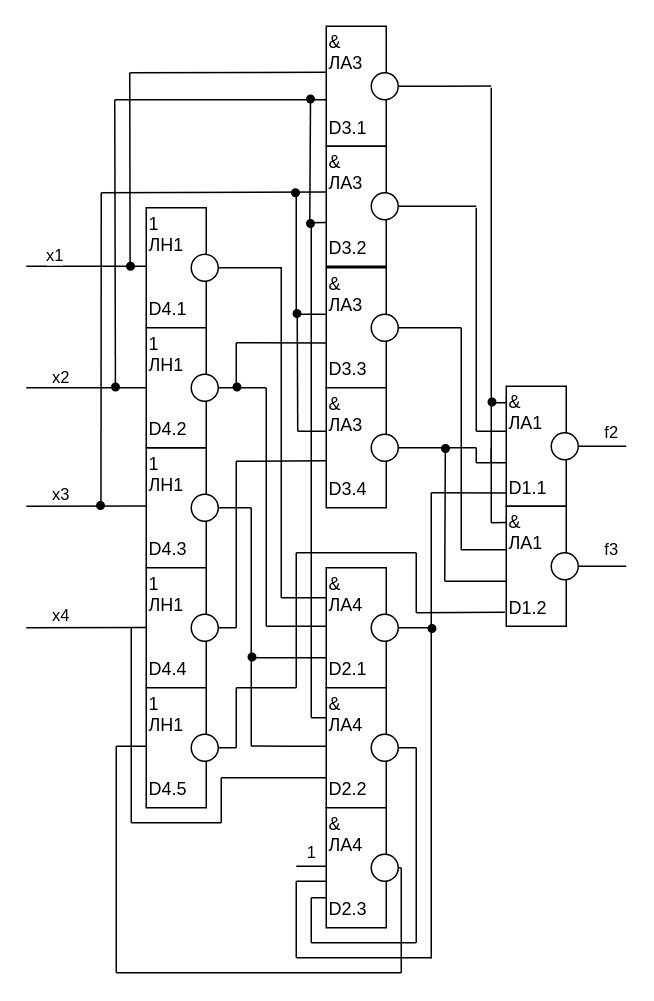
grind-t/learn keeps this draw.io diagram as university/circuit-design/lab1/scheme2/scheme.drawio. Above is the earlier version. Source tidied: cells renumbered, new cells numbered last; positions are measured from the earlier drawing's top-left corner, leaving out a move shared by most shapes. Both pictures are drawn from the tidied source at 150%, with x=0, y=0 at pixel (26, 26).
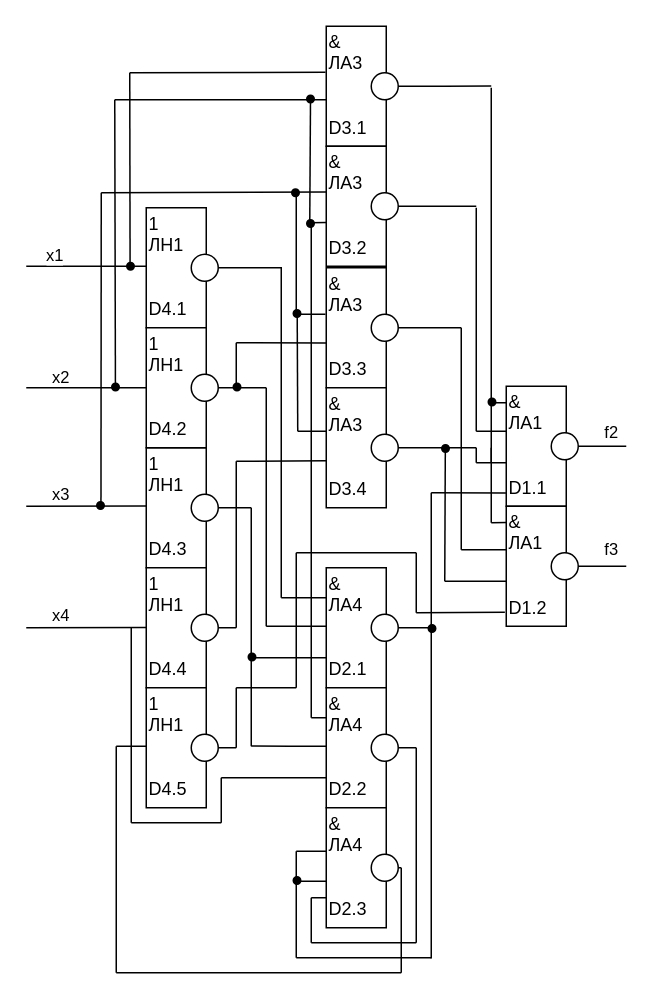
The same diagram, later.

Unchanged cells that the change refers to:
```xml
<mxCell id="61" value="&amp;amp;&lt;br&gt;ЛА4&lt;br&gt;&lt;br&gt;&lt;br&gt;D2.3" style="text;html=1;strokeColor=none;fillColor=none;align=left;verticalAlign=middle;whiteSpace=wrap;rounded=0;" parent="1" vertex="1">
  <mxGeometry x="200" y="550" width="40" height="20" as="geometry" />
</mxCell>
```

Change to the diagram source:
```diff
@@
-    <mxCell id="60" value="1" style="edgeStyle=orthogonalEdgeStyle;rounded=0;jettySize=auto;html=1;exitX=0;exitY=0.5;exitDx=0;exitDy=0;endArrow=none;endFill=0;" parent="1" edge="1" source="61">
-      <mxGeometry x="1" y="-13" relative="1" as="geometry">
-        <mxPoint x="180" y="559.9" as="targetPoint" />
-        <mxPoint x="-3" y="-9" as="offset" />
-      </mxGeometry>
-    </mxCell>
+    <mxCell id="144" style="edgeStyle=orthogonalEdgeStyle;rounded=0;jettySize=auto;html=1;exitX=0;exitY=0;exitDx=0;exitDy=0;endArrow=none;endFill=0;" parent="1" edge="1" source="61">
+      <mxGeometry relative="1" as="geometry">
+        <mxPoint x="180" y="549.9" as="targetPoint" />
+      </mxGeometry>
+    </mxCell>
@@
+    <mxCell id="145" style="ellipse;whiteSpace=wrap;html=1;align=left;fillColor=#000000;" parent="1" vertex="1">
+      <mxGeometry x="178" y="567" width="5" height="5" as="geometry" />
+    </mxCell>
+    <mxCell id="146" style="endArrow=none;html=1;exitX=0.402;exitY=0.562;exitDx=0;exitDy=0;exitPerimeter=0;" parent="1" edge="1" source="145">
+      <mxGeometry relative="1" as="geometry">
+        <mxPoint x="180" y="550" as="targetPoint" />
+      </mxGeometry>
+    </mxCell>
```
